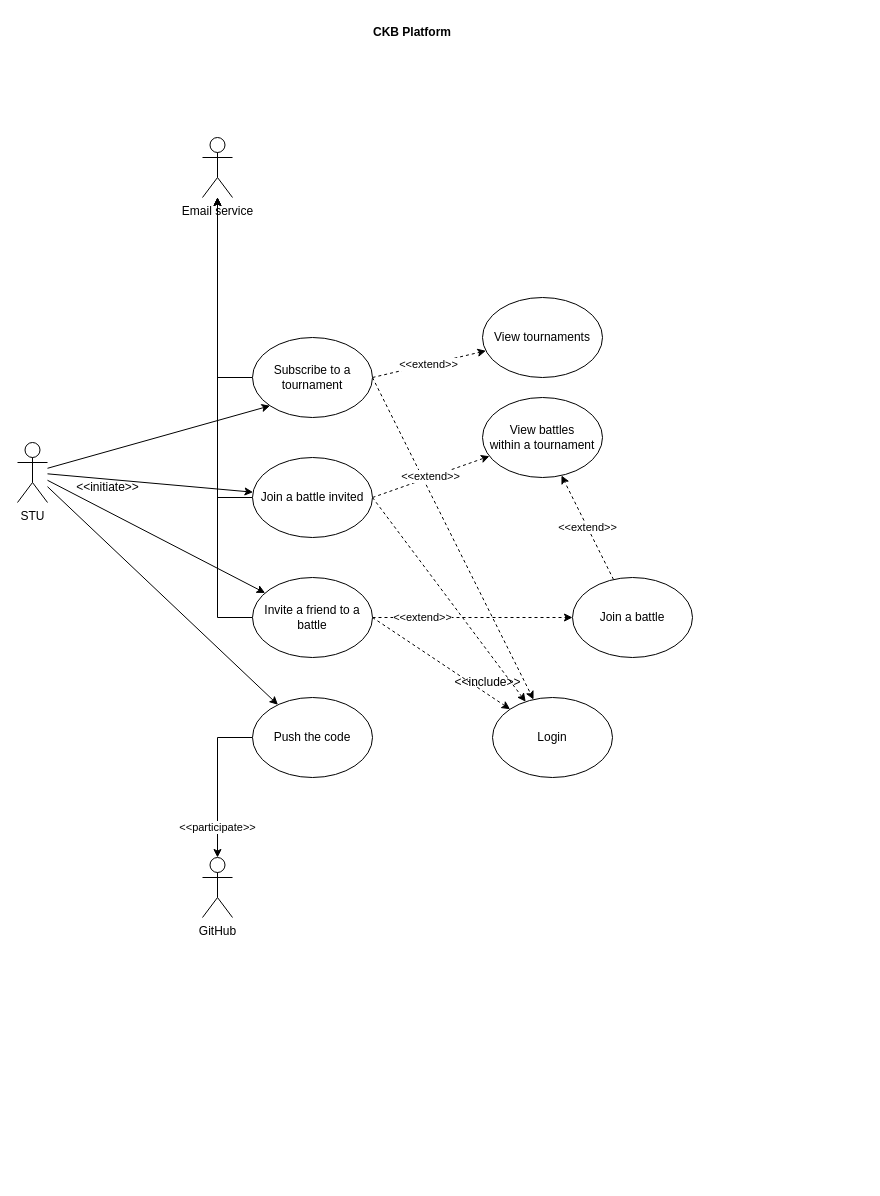
pontig/sw-eng-2-PasiniPontiggiaStasi keeps this draw.io diagram as page "STU" (3 of 3) of RASD/images/sequence_diagrams/use_case_diagrams.drawio. Above is the earlier version. Source tidied: cells renumbered, new cells numbered last; positions are measured from the earlier drawing's top-left corner, leaving out a move shared by most shapes. Both pictures are drawn from the tidied source at 100%, with x=0, y=0 at pixel (17, 17).
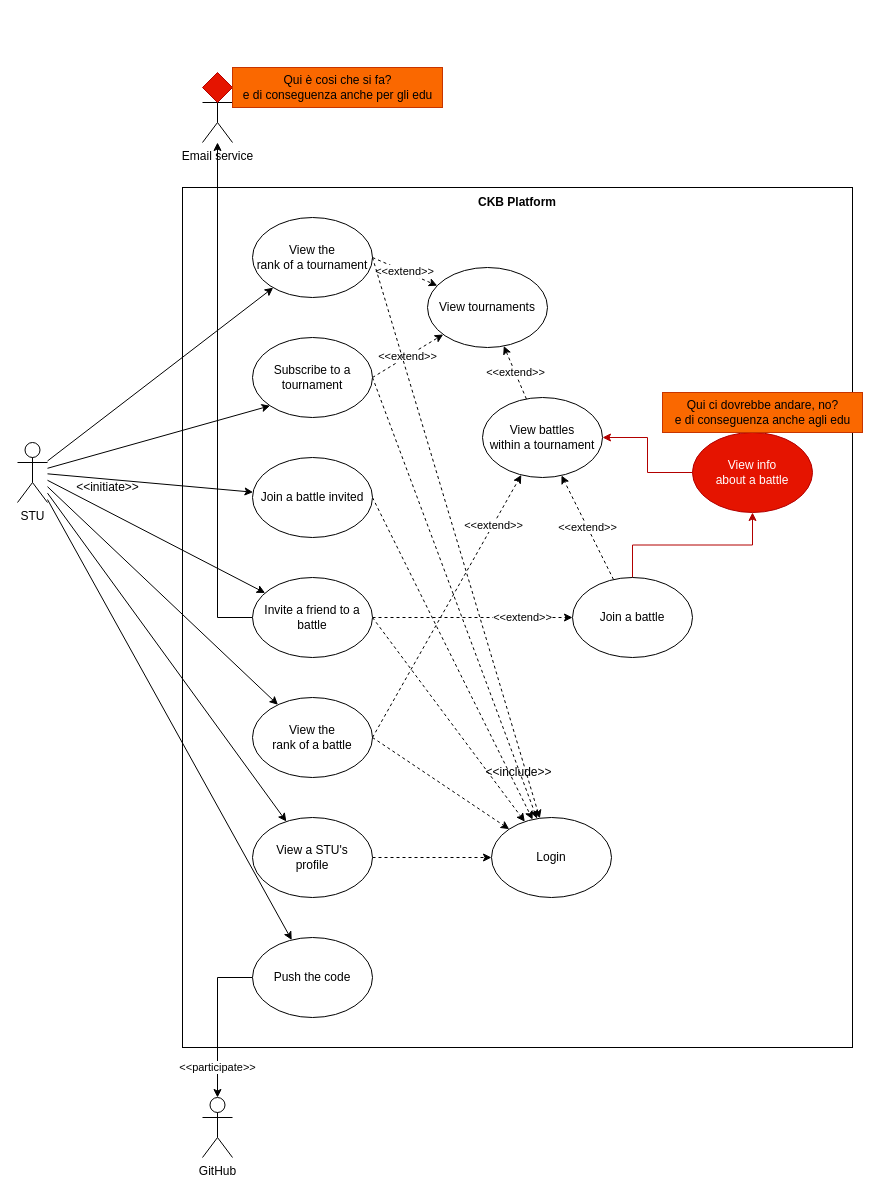
The same diagram, later.

Unchanged cells that the change refers to:
```xml
<mxCell id="5" value="Subscribe to a tournament" style="ellipse;whiteSpace=wrap;html=1;" parent="1" vertex="1">
  <mxGeometry x="235" y="320" width="120" height="80" as="geometry" />
</mxCell>
<mxCell id="9" value="Invite a friend to a battle" style="ellipse;whiteSpace=wrap;html=1;" parent="1" vertex="1">
  <mxGeometry x="235" y="560" width="120" height="80" as="geometry" />
</mxCell>
<mxCell id="13" value="Join a battle invited" style="ellipse;whiteSpace=wrap;html=1;" parent="1" vertex="1">
  <mxGeometry x="235" y="440" width="120" height="80" as="geometry" />
</mxCell>
<mxCell id="18" value="View battles&lt;br&gt;within a tournament" style="ellipse;whiteSpace=wrap;html=1;" parent="1" vertex="1">
  <mxGeometry x="465" y="380" width="120" height="80" as="geometry" />
</mxCell>
<mxCell id="24" value="STU" style="shape=umlActor;verticalLabelPosition=bottom;verticalAlign=top;html=1;outlineConnect=0;" parent="1" vertex="1">
  <mxGeometry y="425" width="30" height="60" as="geometry" />
</mxCell>
<mxCell id="29" value="Join a battle" style="ellipse;whiteSpace=wrap;html=1;" parent="1" vertex="1">
  <mxGeometry x="555" y="560" width="120" height="80" as="geometry" />
</mxCell>
```

Diff of the diagram source:
```diff
@@
+    <mxCell id="31" style="whiteSpace=wrap;html=1;fillColor=none;" parent="1" vertex="1">
+      <mxGeometry x="165" y="170" width="670" height="860" as="geometry" />
+    </mxCell>
@@
-    <mxCell id="4" style="edgeStyle=orthogonalEdgeStyle;rounded=0;jettySize=auto;html=1;" parent="1" edge="1" source="5" target="26">
-      <mxGeometry relative="1" as="geometry" />
-    </mxCell>
@@
     <mxCell id="7" value="&amp;lt;&amp;lt;extend&amp;gt;&amp;gt;" style="edgeStyle=none;rounded=0;jettySize=auto;html=1;exitX=1;exitY=0.5;exitDx=0;exitDy=0;dashed=1;" parent="1" edge="1" source="9" target="29">
-      <mxGeometry x="-0.5" relative="1" as="geometry" />
+      <mxGeometry x="0.5" relative="1" as="geometry" />
     </mxCell>
@@
-    <mxCell id="11" value="&amp;lt;&amp;lt;extend&amp;gt;&amp;gt;" style="edgeStyle=none;rounded=0;jettySize=auto;html=1;exitX=1;exitY=0.5;exitDx=0;exitDy=0;dashed=1;" parent="1" edge="1" source="13" target="18">
-      <mxGeometry relative="1" as="geometry" />
-    </mxCell>
-    <mxCell id="12" style="edgeStyle=orthogonalEdgeStyle;rounded=0;jettySize=auto;html=1;" parent="1" edge="1" source="13" target="26">
-      <mxGeometry relative="1" as="geometry" />
-    </mxCell>
@@
     <mxCell id="15" value="Push the code" style="ellipse;whiteSpace=wrap;html=1;" parent="1" vertex="1">
-      <mxGeometry x="235" y="680" width="120" height="80" as="geometry" />
+      <mxGeometry x="235" y="920" width="120" height="80" as="geometry" />
     </mxCell>
     <mxCell id="16" value="Login" style="ellipse;whiteSpace=wrap;html=1;" parent="1" vertex="1">
-      <mxGeometry x="475" y="680" width="120" height="80" as="geometry" />
+      <mxGeometry x="474" y="800" width="120" height="80" as="geometry" />
     </mxCell>
     <mxCell id="17" value="View tournaments" style="ellipse;whiteSpace=wrap;html=1;" parent="1" vertex="1">
-      <mxGeometry x="465" y="280" width="120" height="80" as="geometry" />
+      <mxGeometry x="410" y="250" width="120" height="80" as="geometry" />
     </mxCell>
+    <mxCell id="32" value="&amp;lt;&amp;lt;extend&amp;gt;&amp;gt;" style="rounded=0;jettySize=auto;html=1;dashed=1;" parent="1" edge="1" source="18" target="17">
+      <mxGeometry relative="1" as="geometry" />
+    </mxCell>
@@
     <mxCell id="19" value="&amp;lt;&amp;lt;include&amp;gt;&amp;gt;" style="text;html=1;align=center;verticalAlign=middle;strokeColor=none;fillColor=none;" parent="1" vertex="1">
-      <mxGeometry x="425" y="650" width="90" height="30" as="geometry" />
+      <mxGeometry x="456" y="740" width="90" height="30" as="geometry" />
     </mxCell>
@@
+    <mxCell id="33" style="rounded=0;jettySize=auto;html=1;" parent="1" edge="1" source="24" target="43">
+      <mxGeometry relative="1" as="geometry" />
+    </mxCell>
+    <mxCell id="34" style="rounded=0;jettySize=auto;html=1;" parent="1" edge="1" source="24" target="42">
+      <mxGeometry relative="1" as="geometry" />
+    </mxCell>
+    <mxCell id="35" style="rounded=0;jettySize=auto;html=1;" parent="1" edge="1" source="24" target="49">
+      <mxGeometry relative="1" as="geometry" />
+    </mxCell>
@@
     <mxCell id="26" value="Email service" style="shape=umlActor;verticalLabelPosition=bottom;verticalAlign=top;html=1;outlineConnect=0;" parent="1" vertex="1">
-      <mxGeometry x="185" y="120" width="30" height="60" as="geometry" />
+      <mxGeometry x="185" y="65" width="30" height="60" as="geometry" />
     </mxCell>
     <mxCell id="27" value="&lt;b&gt;CKB Platform&lt;/b&gt;" style="text;html=1;strokeColor=none;fillColor=none;align=center;verticalAlign=middle;whiteSpace=wrap;rounded=0;" parent="1" vertex="1">
-      <mxGeometry x="155" width="480" height="30" as="geometry" />
+      <mxGeometry x="260" y="170" width="480" height="30" as="geometry" />
     </mxCell>
@@
+    <mxCell id="36" style="edgeStyle=orthogonalEdgeStyle;rounded=0;jettySize=auto;html=1;fillColor=#e51400;strokeColor=#B20000;" parent="1" edge="1" source="29" target="38">
+      <mxGeometry relative="1" as="geometry" />
+    </mxCell>
@@
     <mxCell id="30" value="GitHub" style="shape=umlActor;verticalLabelPosition=bottom;verticalAlign=top;html=1;outlineConnect=0;" parent="1" vertex="1">
-      <mxGeometry x="185" y="840" width="30" height="60" as="geometry" />
+      <mxGeometry x="185" y="1080" width="30" height="60" as="geometry" />
     </mxCell>
+    <mxCell id="37" style="edgeStyle=orthogonalEdgeStyle;rounded=0;jettySize=auto;html=1;fillColor=#e51400;strokeColor=#B20000;" parent="1" edge="1" source="38" target="18">
+      <mxGeometry relative="1" as="geometry" />
+    </mxCell>
+    <mxCell id="38" value="View info&lt;br&gt;about a battle" style="ellipse;whiteSpace=wrap;html=1;fillColor=#e51400;fontColor=#ffffff;strokeColor=#B20000;" parent="1" vertex="1">
+      <mxGeometry x="675" y="415" width="120" height="80" as="geometry" />
+    </mxCell>
+    <mxCell id="39" value="Qui ci dovrebbe andare, no?&lt;br&gt;e di conseguenza anche agli edu" style="text;html=1;align=center;verticalAlign=middle;strokeColor=#C73500;fillColor=#fa6800;fontColor=#000000;" parent="1" vertex="1">
+      <mxGeometry x="645" y="375" width="200" height="40" as="geometry" />
+    </mxCell>
+    <mxCell id="40" style="rhombus;whiteSpace=wrap;html=1;fillColor=#e51400;fontColor=#ffffff;strokeColor=#B20000;" parent="1" vertex="1">
+      <mxGeometry x="185" y="55" width="30" height="30" as="geometry" />
+    </mxCell>
+    <mxCell id="41" value="Qui è cosi che si fa?&lt;br&gt;e di conseguenza anche per gli edu" style="text;html=1;align=center;verticalAlign=middle;strokeColor=#C73500;fillColor=#fa6800;fontColor=#000000;" parent="1" vertex="1">
+      <mxGeometry x="215" y="50" width="210" height="40" as="geometry" />
+    </mxCell>
+    <mxCell id="42" value="View the&lt;br&gt;rank of a battle" style="ellipse;whiteSpace=wrap;html=1;" parent="1" vertex="1">
+      <mxGeometry x="235" y="680" width="120" height="80" as="geometry" />
+    </mxCell>
+    <mxCell id="43" value="View the&lt;br&gt;rank of a tournament" style="ellipse;whiteSpace=wrap;html=1;" parent="1" vertex="1">
+      <mxGeometry x="235" y="200" width="120" height="80" as="geometry" />
+    </mxCell>
+    <mxCell id="44" value="&amp;lt;&amp;lt;extend&amp;gt;&amp;gt;" style="edgeStyle=none;rounded=0;jettySize=auto;html=1;dashed=1;exitX=1;exitY=0.5;exitDx=0;exitDy=0;" parent="1" edge="1" source="42" target="18">
+      <mxGeometry x="0.62" y="-1" relative="1" as="geometry" />
+    </mxCell>
+    <mxCell id="45" value="&amp;lt;&amp;lt;extend&amp;gt;&amp;gt;" style="rounded=0;jettySize=auto;html=1;exitX=1;exitY=0.5;exitDx=0;exitDy=0;dashed=1;" parent="1" edge="1" source="43" target="17">
+      <mxGeometry relative="1" as="geometry" />
+    </mxCell>
+    <mxCell id="46" style="rounded=0;jettySize=auto;html=1;exitX=1;exitY=0.5;exitDx=0;exitDy=0;dashed=1;" parent="1" edge="1" source="43" target="16">
+      <mxGeometry relative="1" as="geometry" />
+    </mxCell>
+    <mxCell id="47" style="rounded=0;jettySize=auto;html=1;exitX=1;exitY=0.5;exitDx=0;exitDy=0;dashed=1;" parent="1" edge="1" source="42" target="16">
+      <mxGeometry relative="1" as="geometry" />
+    </mxCell>
+    <mxCell id="48" style="rounded=0;jettySize=auto;html=1;dashed=1;" parent="1" edge="1" source="49" target="16">
+      <mxGeometry relative="1" as="geometry" />
+    </mxCell>
+    <mxCell id="49" value="View a STU's&lt;br&gt;profile" style="ellipse;whiteSpace=wrap;html=1;" parent="1" vertex="1">
+      <mxGeometry x="235" y="800" width="120" height="80" as="geometry" />
+    </mxCell>
```
